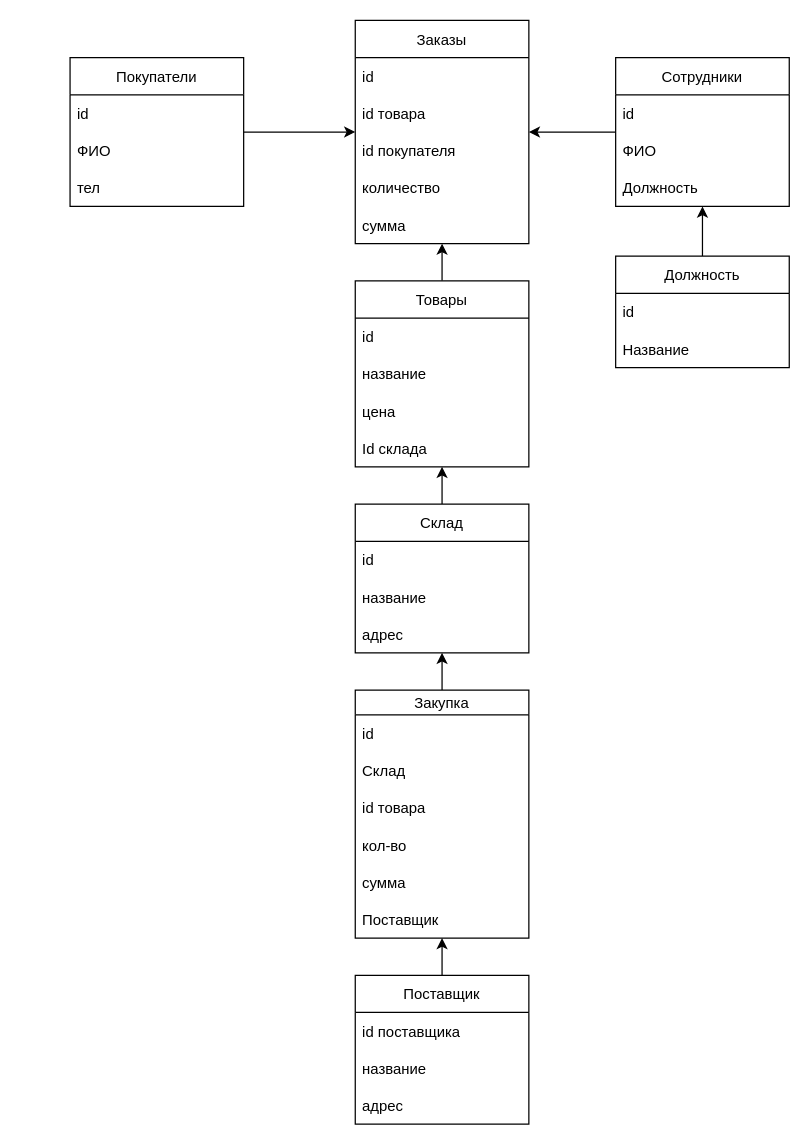
cforcookie/WebPrikol keeps this draw.io diagram as Diagram_1.drawio. Above is the earlier version. Source tidied: cells renumbered, new cells numbered last; positions are measured from the earlier drawing's top-left corner, leaving out a move shared by most shapes. Both pictures are drawn from the tidied source at 124%, with x=0, y=0 at pixel (69, 20).
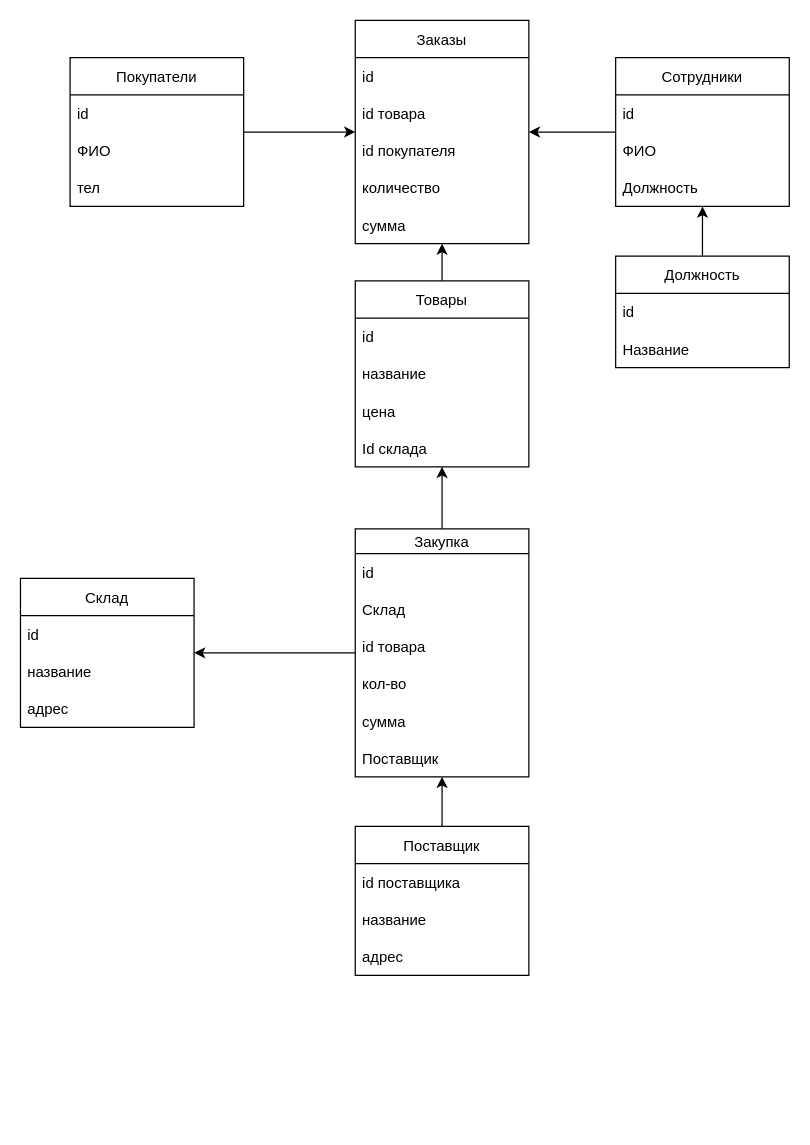
Above is the later version.

The change refers to these unchanged cells:
```xml
<mxCell id="14" value="Товары" style="swimlane;fontStyle=0;horizontal=1;startSize=30;" parent="1" vertex="1">
  <mxGeometry x="230" y="210" width="140" height="150" as="geometry" />
</mxCell>
```

What changed in the source:
```diff
@@
-    <mxCell id="19" style="edgeStyle=orthogonalEdgeStyle;rounded=0;jettySize=auto;html=1;" parent="1" edge="1" source="20" target="14">
-      <mxGeometry relative="1" as="geometry" />
-    </mxCell>
     <mxCell id="20" value="Склад" style="swimlane;fontStyle=0;horizontal=1;startSize=30;" parent="1" vertex="1">
-      <mxGeometry x="230" y="390" width="140" height="120" as="geometry" />
+      <mxGeometry x="-40" y="450" width="140" height="120" as="geometry" />
     </mxCell>
@@
+    <mxCell id="46" style="edgeStyle=orthogonalEdgeStyle;rounded=0;jettySize=auto;html=1;" parent="1" edge="1" source="30" target="14">
+      <mxGeometry relative="1" as="geometry" />
+    </mxCell>
     <mxCell id="30" value="Закупка" style="swimlane;fontStyle=0;horizontal=1;startSize=20;" parent="1" vertex="1">
-      <mxGeometry x="230" y="540" width="140" height="200" as="geometry" />
+      <mxGeometry x="230" y="410" width="140" height="200" as="geometry" />
     </mxCell>
@@
     <mxCell id="38" value="Поставщик" style="swimlane;fontStyle=0;horizontal=1;startSize=30;" parent="1" vertex="1">
-      <mxGeometry x="230" y="770" width="140" height="120" as="geometry" />
+      <mxGeometry x="230" y="650" width="140" height="120" as="geometry" />
     </mxCell>
```
